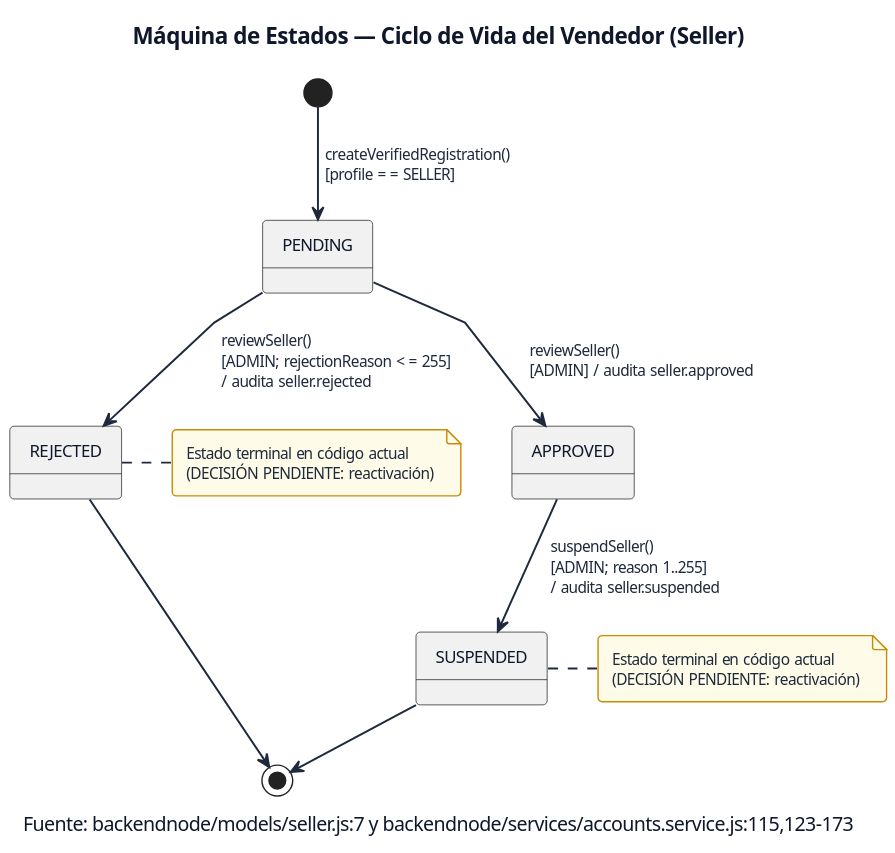
Above: docs/asciidoc/assets/estado_vendedor.svg in maverick0322/Secure-Ecommerce-API (PlantUML), before the change.
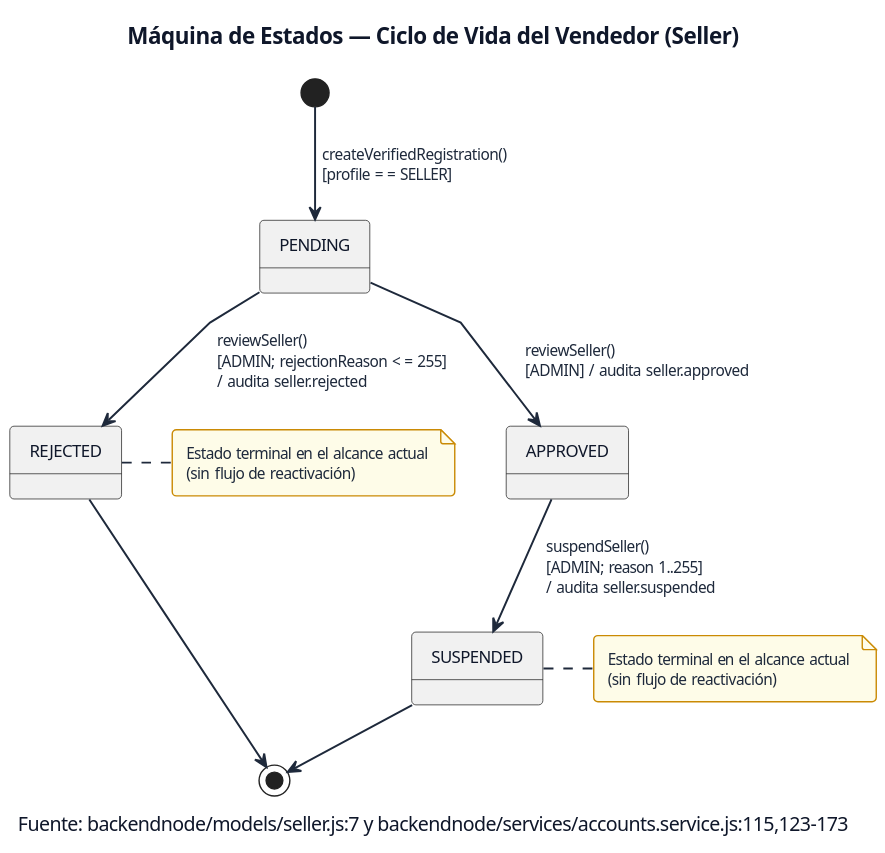
After the commit.

Diff of the diagram source:
```diff
@@ -11,13 +11,13 @@
 APPROVED --> SUSPENDED : suspendSeller()\n[ADMIN; reason 1..255]\n/ audita seller.suspended
 
 note right of REJECTED
-  Estado terminal en código actual
-  (DECISIÓN PENDIENTE: reactivación)
+  Estado terminal en el alcance actual
+  (sin flujo de reactivación)
 end note
 
 note right of SUSPENDED
-  Estado terminal en código actual
-  (DECISIÓN PENDIENTE: reactivación)
+  Estado terminal en el alcance actual
+  (sin flujo de reactivación)
 end note
 
 REJECTED --> [*]
```
